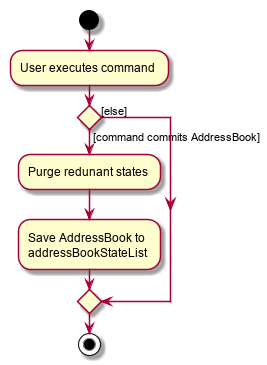
Before: docs/images/CommitActivityDiagram.png, a diagram exported from PlantUML (nus-cs2103-AY2021S1/tp).
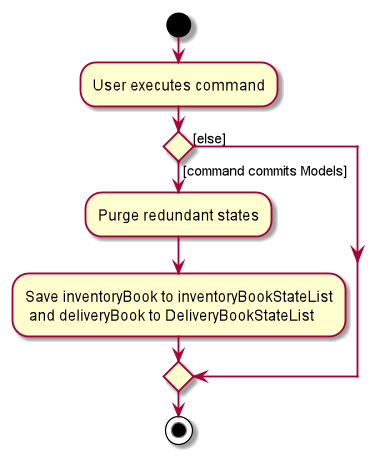
The same diagram one commit later.

Commit message:
update activity diagram for undo

Change to the diagram source:
```diff
@@ -3,10 +3,10 @@
 :User executes command;
 
 
-if () then ([command commits AddressBook])
-    :Purge redunant states;
-    :Save AddressBook to
-    addressBookStateList;
+if () then ([command commits Models])
+    :Purge redundant states;
+    :Save inventoryBook to inventoryBookStateList
+     and deliveryBook to DeliveryBookStateList;
 else ([else])
 endif
 stop
```
